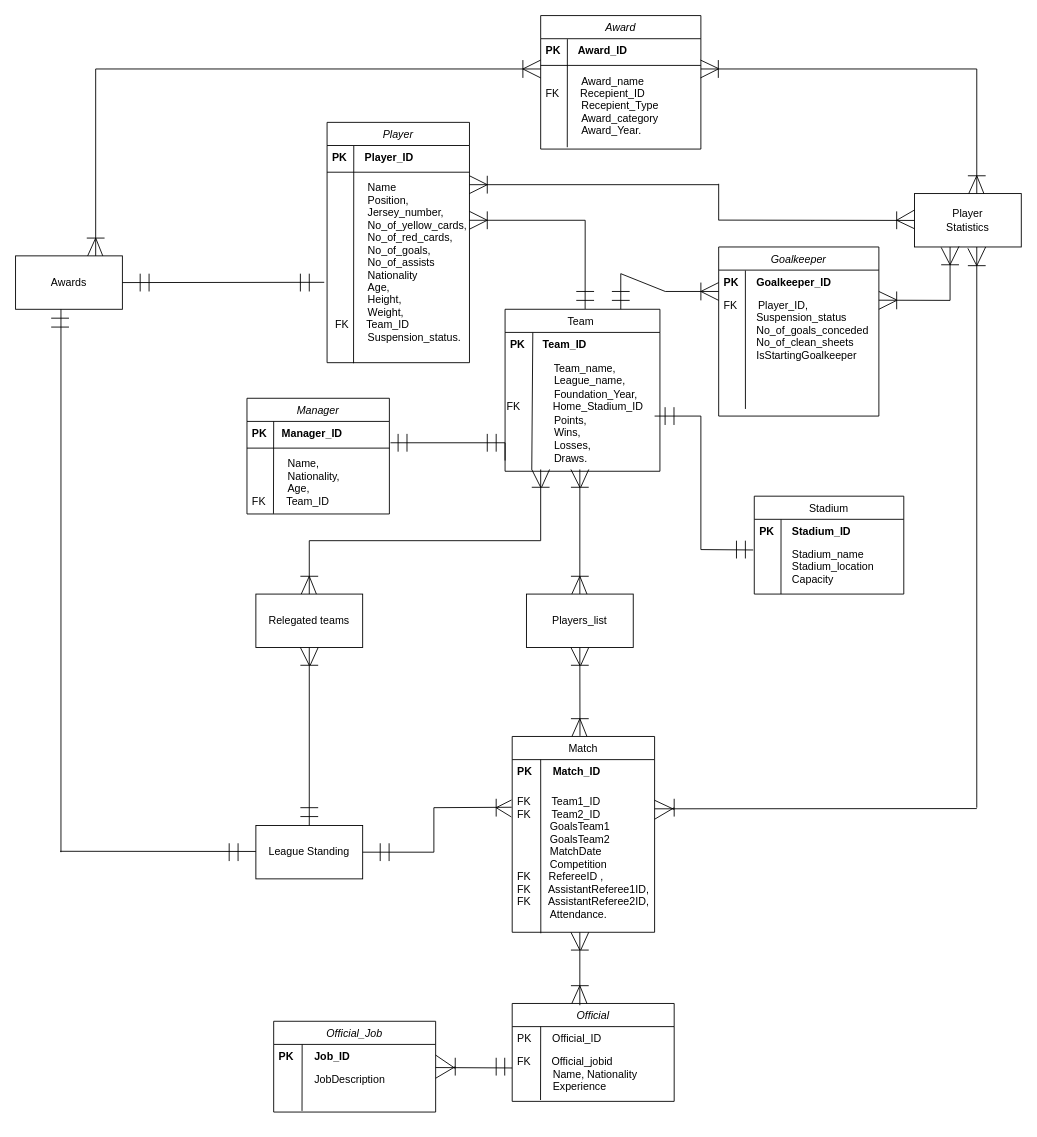
Before: DatabaseProject.drawio in Varaaphon/Database-Design-, a draw.io diagram. Source tidied: cells renumbered, new cells numbered last; positions are measured from the earlier drawing's top-left corner, leaving out a move shared by most shapes. Both pictures are drawn from the tidied source at 89%, with x=0, y=0 at pixel (15, 15).
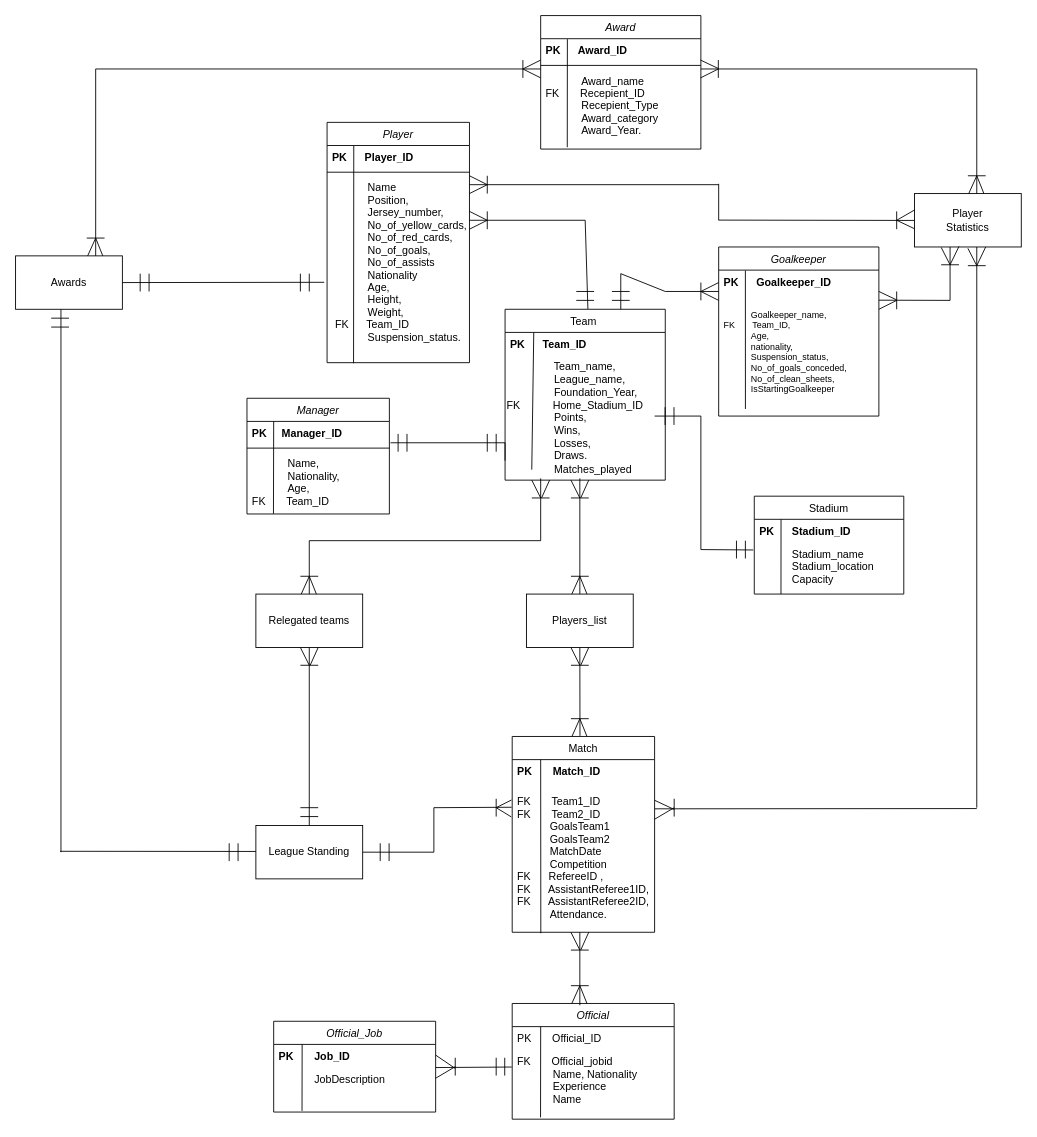
The same page after the edit.

The change refers to these unchanged cells:
```xml
<mxCell id="92" value="Goalkeeper" style="swimlane;fontStyle=2;align=center;verticalAlign=top;horizontal=1;startSize=26;rounded=0;shadow=0;strokeWidth=1;" parent="1" vertex="1">
  <mxGeometry x="790" y="260" width="180" height="190" as="geometry" />
</mxCell>
<mxCell id="145" value="Players_list" style="rounded=0;whiteSpace=wrap;html=1;" parent="1" vertex="1">
  <mxGeometry x="574" y="650" width="120" height="60" as="geometry" />
</mxCell>
```

Change to the diagram source:
```diff
@@
     <mxCell id="7" value="Team " style="swimlane;fontStyle=0;align=center;verticalAlign=top;horizontal=1;startSize=26;rounded=0;shadow=0;strokeWidth=1;" parent="1" vertex="1">
-      <mxGeometry x="550" y="330" width="174" height="182" as="geometry" />
+      <mxGeometry x="550" y="330" width="180" height="192" as="geometry" />
     </mxCell>
@@
     <mxCell id="9" value="PK      Team_ID" style="text;align=left;verticalAlign=top;spacingLeft=4;spacingRight=4;overflow=hidden;points=[[0,0.5],[1,0.5]];portConstraint=eastwest;fontStyle=1;" parent="7" vertex="1">
-      <mxGeometry y="26" width="174" height="26" as="geometry" />
+      <mxGeometry y="26" width="180" height="26" as="geometry" />
     </mxCell>
-    <mxCell id="10" value="&lt;span style=&quot;&quot;&gt;&amp;nbsp; &amp;nbsp; &amp;nbsp; &amp;nbsp; &amp;nbsp; &amp;nbsp; &amp;nbsp; &amp;nbsp; Team_name,&amp;nbsp;&lt;/span&gt;&lt;br style=&quot;padding: 0px; margin: 0px;&quot;&gt;&lt;span style=&quot;&quot;&gt;&amp;nbsp;&amp;nbsp;&amp;nbsp;&amp;nbsp;&amp;nbsp;&amp;nbsp;&amp;nbsp;&amp;nbsp;&amp;nbsp;&amp;nbsp;&amp;nbsp;&amp;nbsp;&amp;nbsp;&amp;nbsp;&amp;nbsp;&amp;nbsp;League_name,&amp;nbsp;&lt;/span&gt;&lt;br style=&quot;padding: 0px; margin: 0px;&quot;&gt;&lt;span style=&quot;&quot;&gt;&amp;nbsp;&amp;nbsp;&amp;nbsp;&amp;nbsp;&amp;nbsp;&amp;nbsp;&amp;nbsp;&amp;nbsp;&amp;nbsp;&amp;nbsp;&amp;nbsp;&amp;nbsp;&amp;nbsp;&amp;nbsp;&amp;nbsp;&amp;nbsp;Foundation_Year,&amp;nbsp;&lt;/span&gt;&lt;br style=&quot;padding: 0px; margin: 0px;&quot;&gt;&lt;span style=&quot;&quot;&gt;FK&amp;nbsp; &amp;nbsp; &amp;nbsp; &amp;nbsp; &amp;nbsp; &amp;nbsp;Home_Stadium_ID&amp;nbsp;&lt;/span&gt;&lt;br style=&quot;padding: 0px; margin: 0px;&quot;&gt;&lt;span style=&quot;&quot;&gt;&amp;nbsp;&amp;nbsp;&amp;nbsp;&amp;nbsp;&amp;nbsp;&amp;nbsp;&amp;nbsp;&amp;nbsp;&amp;nbsp;&amp;nbsp;&amp;nbsp;&amp;nbsp;&amp;nbsp;&amp;nbsp;&amp;nbsp;&amp;nbsp;Points,&amp;nbsp;&lt;/span&gt;&lt;br style=&quot;padding: 0px; margin: 0px;&quot;&gt;&lt;span style=&quot;&quot;&gt;&amp;nbsp;&amp;nbsp;&amp;nbsp;&amp;nbsp;&amp;nbsp;&amp;nbsp;&amp;nbsp;&amp;nbsp;&amp;nbsp;&amp;nbsp;&amp;nbsp;&amp;nbsp;&amp;nbsp;&amp;nbsp;&amp;nbsp;&amp;nbsp;Wins,&amp;nbsp;&lt;/span&gt;&lt;br style=&quot;padding: 0px; margin: 0px;&quot;&gt;&lt;span style=&quot;&quot;&gt;&amp;nbsp;&amp;nbsp;&amp;nbsp;&amp;nbsp;&amp;nbsp;&amp;nbsp;&amp;nbsp;&amp;nbsp;&amp;nbsp;&amp;nbsp;&amp;nbsp;&amp;nbsp;&amp;nbsp;&amp;nbsp;&amp;nbsp;&amp;nbsp;Losses,&amp;nbsp;&lt;/span&gt;&lt;br style=&quot;padding: 0px; margin: 0px;&quot;&gt;&lt;span style=&quot;&quot;&gt;&amp;nbsp;&amp;nbsp;&amp;nbsp;&amp;nbsp;&amp;nbsp;&amp;nbsp;&amp;nbsp;&amp;nbsp;&amp;nbsp;&amp;nbsp;&amp;nbsp;&amp;nbsp;&amp;nbsp;&amp;nbsp;&amp;nbsp;&amp;nbsp;Draws.&lt;/span&gt;" style="text;html=1;align=left;verticalAlign=middle;strokeColor=none;fillColor=none;" parent="7" vertex="1">
-      <mxGeometry y="52" width="174" height="130" as="geometry" />
+    <mxCell id="10" value="&lt;span style=&quot;&quot;&gt;&amp;nbsp; &amp;nbsp; &amp;nbsp; &amp;nbsp; &amp;nbsp; &amp;nbsp; &amp;nbsp; &amp;nbsp; Team_name,&amp;nbsp;&lt;/span&gt;&lt;br style=&quot;padding: 0px; margin: 0px;&quot;&gt;&lt;span style=&quot;&quot;&gt;&amp;nbsp;&amp;nbsp;&amp;nbsp;&amp;nbsp;&amp;nbsp;&amp;nbsp;&amp;nbsp;&amp;nbsp;&amp;nbsp;&amp;nbsp;&amp;nbsp;&amp;nbsp;&amp;nbsp;&amp;nbsp;&amp;nbsp;&amp;nbsp;League_name,&amp;nbsp;&lt;/span&gt;&lt;br style=&quot;padding: 0px; margin: 0px;&quot;&gt;&lt;span style=&quot;&quot;&gt;&amp;nbsp;&amp;nbsp;&amp;nbsp;&amp;nbsp;&amp;nbsp;&amp;nbsp;&amp;nbsp;&amp;nbsp;&amp;nbsp;&amp;nbsp;&amp;nbsp;&amp;nbsp;&amp;nbsp;&amp;nbsp;&amp;nbsp;&amp;nbsp;Foundation_Year,&amp;nbsp;&lt;/span&gt;&lt;br style=&quot;padding: 0px; margin: 0px;&quot;&gt;&lt;span style=&quot;&quot;&gt;FK&amp;nbsp; &amp;nbsp; &amp;nbsp; &amp;nbsp; &amp;nbsp; &amp;nbsp;Home_Stadium_ID&amp;nbsp;&lt;/span&gt;&lt;br style=&quot;padding: 0px; margin: 0px;&quot;&gt;&lt;span style=&quot;&quot;&gt;&amp;nbsp;&amp;nbsp;&amp;nbsp;&amp;nbsp;&amp;nbsp;&amp;nbsp;&amp;nbsp;&amp;nbsp;&amp;nbsp;&amp;nbsp;&amp;nbsp;&amp;nbsp;&amp;nbsp;&amp;nbsp;&amp;nbsp;&amp;nbsp;Points,&amp;nbsp;&lt;/span&gt;&lt;br style=&quot;padding: 0px; margin: 0px;&quot;&gt;&lt;span style=&quot;&quot;&gt;&amp;nbsp;&amp;nbsp;&amp;nbsp;&amp;nbsp;&amp;nbsp;&amp;nbsp;&amp;nbsp;&amp;nbsp;&amp;nbsp;&amp;nbsp;&amp;nbsp;&amp;nbsp;&amp;nbsp;&amp;nbsp;&amp;nbsp;&amp;nbsp;Wins,&amp;nbsp;&lt;/span&gt;&lt;br style=&quot;padding: 0px; margin: 0px;&quot;&gt;&lt;span style=&quot;&quot;&gt;&amp;nbsp;&amp;nbsp;&amp;nbsp;&amp;nbsp;&amp;nbsp;&amp;nbsp;&amp;nbsp;&amp;nbsp;&amp;nbsp;&amp;nbsp;&amp;nbsp;&amp;nbsp;&amp;nbsp;&amp;nbsp;&amp;nbsp;&amp;nbsp;Losses,&amp;nbsp;&lt;/span&gt;&lt;br style=&quot;padding: 0px; margin: 0px;&quot;&gt;&lt;span style=&quot;&quot;&gt;&amp;nbsp;&amp;nbsp;&amp;nbsp;&amp;nbsp;&amp;nbsp;&amp;nbsp;&amp;nbsp;&amp;nbsp;&amp;nbsp;&amp;nbsp;&amp;nbsp;&amp;nbsp;&amp;nbsp;&amp;nbsp;&amp;nbsp;&amp;nbsp;Draws.&lt;/span&gt;&lt;div&gt;&lt;span style=&quot;&quot;&gt;&amp;nbsp; &amp;nbsp; &amp;nbsp; &amp;nbsp; &amp;nbsp; &amp;nbsp; &amp;nbsp; &amp;nbsp; Matches_played&lt;/span&gt;&lt;/div&gt;" style="text;html=1;align=left;verticalAlign=middle;strokeColor=none;fillColor=none;" parent="7" vertex="1">
+      <mxGeometry y="52" width="180" height="140" as="geometry" />
     </mxCell>
@@
     <mxCell id="20" style="endArrow=none;html=1;rounded=0;" parent="1" edge="1">
       <mxGeometry relative="1" as="geometry">
-        <mxPoint x="634" y="530" as="sourcePoint" />
-        <mxPoint x="624" y="510" as="targetPoint" />
+        <mxPoint x="634" y="542" as="sourcePoint" />
+        <mxPoint x="624" y="522" as="targetPoint" />
       </mxGeometry>
     </mxCell>
     <mxCell id="21" style="endArrow=none;html=1;rounded=0;" parent="1" edge="1">
       <mxGeometry relative="1" as="geometry">
-        <mxPoint x="624" y="530" as="sourcePoint" />
-        <mxPoint x="644" y="530" as="targetPoint" />
+        <mxPoint x="624" y="542" as="sourcePoint" />
+        <mxPoint x="644" y="542" as="targetPoint" />
       </mxGeometry>
     </mxCell>
     <mxCell id="22" style="endArrow=none;html=1;rounded=0;exitX=0.395;exitY=-0.001;exitDx=0;exitDy=0;exitPerimeter=0;" parent="1" edge="1">
       <mxGeometry relative="1" as="geometry">
-        <mxPoint x="635" y="530" as="sourcePoint" />
-        <mxPoint x="644" y="510" as="targetPoint" />
+        <mxPoint x="635" y="542" as="sourcePoint" />
+        <mxPoint x="644" y="522" as="targetPoint" />
       </mxGeometry>
     </mxCell>
@@
     <mxCell id="44" value="Official" style="swimlane;fontStyle=2;align=center;verticalAlign=top;horizontal=1;startSize=26;rounded=0;shadow=0;strokeWidth=1;" parent="1" vertex="1">
-      <mxGeometry x="558" y="1110" width="182" height="110" as="geometry" />
+      <mxGeometry x="558" y="1110" width="182" height="130" as="geometry" />
     </mxCell>
@@
-    <mxCell id="47" value="FK       Official_jobid&#10;            Name, Nationality&#10;            Experience&#10;            " style="text;align=left;verticalAlign=top;spacingLeft=4;spacingRight=4;overflow=hidden;points=[[0,0.5],[1,0.5]];portConstraint=eastwest;" parent="44" vertex="1">
-      <mxGeometry y="52" width="182" height="58" as="geometry" />
+    <mxCell id="47" value="FK       Official_jobid&#10;            Name, Nationality&#10;            Experience&#10;            Name&#10;            " style="text;align=left;verticalAlign=top;spacingLeft=4;spacingRight=4;overflow=hidden;points=[[0,0.5],[1,0.5]];portConstraint=eastwest;" parent="44" vertex="1">
+      <mxGeometry y="52" width="182" height="78" as="geometry" />
     </mxCell>
@@
-    <mxCell id="95" value="FK       Player_ID,&#10;           Suspension_status&#10;           No_of_goals_conceded&#10;           No_of_clean_sheets&#10;           IsStartingGoalkeeper" style="text;align=left;verticalAlign=top;spacingLeft=4;spacingRight=4;overflow=hidden;points=[[0,0.5],[1,0.5]];portConstraint=eastwest;" parent="92" vertex="1">
+    <mxCell id="95" value="&#10;           Goalkeeper_name,  &#10;FK       Team_ID, &#10;           Age,&#10;           nationality,&#10;           Suspension_status,  &#10;           No_of_goals_conceded,  &#10;           No_of_clean_sheets,  &#10;           IsStartingGoalkeeper " style="text;align=left;verticalAlign=top;spacingLeft=4;spacingRight=4;overflow=hidden;points=[[0,0.5],[1,0.5]];portConstraint=eastwest;fontSize=10;" parent="92" vertex="1">
       <mxGeometry y="52" width="180" height="130" as="geometry" />
     </mxCell>
@@
     <mxCell id="134" style="endArrow=none;html=1;rounded=0;" parent="1" edge="1">
       <mxGeometry relative="1" as="geometry">
-        <mxPoint x="590" y="530" as="sourcePoint" />
-        <mxPoint x="580" y="510" as="targetPoint" />
+        <mxPoint x="590" y="542" as="sourcePoint" />
+        <mxPoint x="580" y="522" as="targetPoint" />
       </mxGeometry>
     </mxCell>
     <mxCell id="135" style="endArrow=none;html=1;rounded=0;" parent="1" edge="1">
       <mxGeometry relative="1" as="geometry">
-        <mxPoint x="580" y="530" as="sourcePoint" />
-        <mxPoint x="600" y="530" as="targetPoint" />
+        <mxPoint x="580" y="542" as="sourcePoint" />
+        <mxPoint x="600" y="542" as="targetPoint" />
       </mxGeometry>
     </mxCell>
     <mxCell id="136" style="endArrow=none;html=1;rounded=0;exitX=0.395;exitY=-0.001;exitDx=0;exitDy=0;exitPerimeter=0;" parent="1" edge="1">
       <mxGeometry relative="1" as="geometry">
-        <mxPoint x="591" y="530" as="sourcePoint" />
-        <mxPoint x="600" y="510" as="targetPoint" />
+        <mxPoint x="591" y="542" as="sourcePoint" />
+        <mxPoint x="600" y="522" as="targetPoint" />
       </mxGeometry>
     </mxCell>
@@
     <mxCell id="146" style="endArrow=none;html=1;rounded=0;" parent="1" edge="1">
       <mxGeometry relative="1" as="geometry">
         <mxPoint x="330" y="650" as="sourcePoint" />
-        <mxPoint x="590" y="510" as="targetPoint" />
+        <mxPoint x="590" y="520" as="targetPoint" />
         <Array as="points">
           <mxPoint x="330" y="590" />
           <mxPoint x="590" y="590" />
         </Array>
       </mxGeometry>
     </mxCell>
     <mxCell id="147" style="endArrow=none;html=1;rounded=0;exitX=0.5;exitY=0;exitDx=0;exitDy=0;" parent="1" edge="1" source="145">
       <mxGeometry relative="1" as="geometry">
-        <mxPoint x="634" y="510" as="targetPoint" />
+        <mxPoint x="634" y="520" as="targetPoint" />
       </mxGeometry>
     </mxCell>
@@
-    <mxCell id="161" style="endArrow=none;html=1;rounded=0;exitX=1.001;exitY=0.208;exitDx=0;exitDy=0;exitPerimeter=0;entryX=-0.001;entryY=0.353;entryDx=0;entryDy=0;entryPerimeter=0;" parent="1" edge="1" target="47">
+    <mxCell id="161" style="endArrow=none;html=1;rounded=0;exitX=1.001;exitY=0.208;exitDx=0;exitDy=0;exitPerimeter=0;entryX=-0.003;entryY=0.249;entryDx=0;entryDy=0;entryPerimeter=0;" parent="1" edge="1" target="47">
       <mxGeometry relative="1" as="geometry">
         <mxPoint x="472" y="1182" as="sourcePoint" />
       </mxGeometry>
     </mxCell>
```
